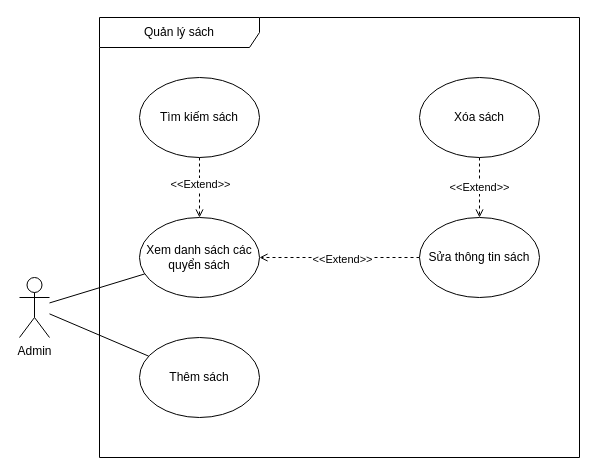
The draw.io diagram page "QuanLySach" (6 of 8) of usecase.drawio in QuangHuy2201/FinalProject-Diagrams, before the edit. Source tidied: cells renumbered, new cells numbered last; positions are measured from the earlier drawing's top-left corner, leaving out a move shared by most shapes. Both pictures are drawn from the tidied source at 100%, with x=0, y=0 at pixel (19, 17).
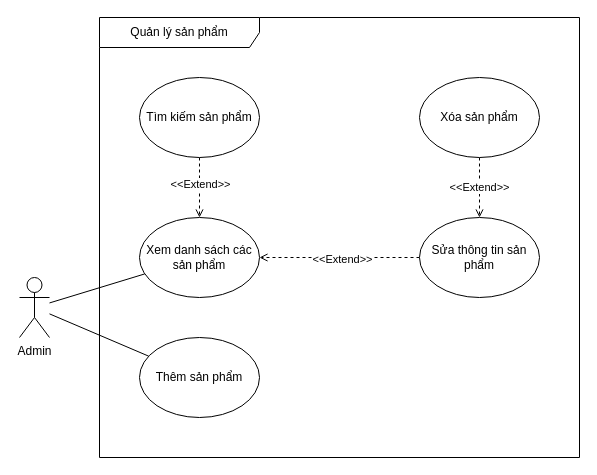
After the change.

The edit, as a diff of the source:
```diff
@@
 <mxGraphModel>
   <root>
     <mxCell id="0" />
     <mxCell id="1" parent="0" />
     <mxCell id="2" style="rounded=0;jettySize=auto;html=1;endArrow=none;endFill=0;" parent="1" edge="1" source="3" target="14">
       <mxGeometry relative="1" as="geometry" />
     </mxCell>
-    <mxCell id="3" value="Xem danh sách các quyển sách" style="ellipse;whiteSpace=wrap;html=1;" parent="1" vertex="1">
+    <mxCell id="3" value="Xem danh sách các sản phẩm" style="ellipse;whiteSpace=wrap;html=1;" parent="1" vertex="1">
       <mxGeometry x="120" y="200" width="120" height="80" as="geometry" />
     </mxCell>
     <mxCell id="4" style="rounded=0;jettySize=auto;html=1;dashed=1;endArrow=open;endFill=0;" parent="1" edge="1" source="6" target="3">
       <mxGeometry relative="1" as="geometry" />
     </mxCell>
     <mxCell id="5" value="&amp;lt;&amp;lt;Extend&amp;gt;&amp;gt;" style="edgeLabel;html=1;align=center;verticalAlign=middle;" parent="4" vertex="1">
       <mxGeometry x="-0.13" relative="1" as="geometry" />
     </mxCell>
-    <mxCell id="6" value="Tìm kiếm sách" style="ellipse;whiteSpace=wrap;html=1;" parent="1" vertex="1">
+    <mxCell id="6" value="Tìm kiếm sản phẩm" style="ellipse;whiteSpace=wrap;html=1;" parent="1" vertex="1">
       <mxGeometry x="120" y="60" width="120" height="80" as="geometry" />
     </mxCell>
     <mxCell id="7" style="rounded=0;jettySize=auto;html=1;endArrow=none;endFill=0;" parent="1" edge="1" source="8" target="14">
       <mxGeometry relative="1" as="geometry" />
     </mxCell>
-    <mxCell id="8" value="Thêm sách" style="ellipse;whiteSpace=wrap;html=1;" parent="1" vertex="1">
+    <mxCell id="8" value="Thêm sản phẩm" style="ellipse;whiteSpace=wrap;html=1;" parent="1" vertex="1">
       <mxGeometry x="120" y="320" width="120" height="80" as="geometry" />
     </mxCell>
     <mxCell id="9" style="rounded=0;jettySize=auto;html=1;dashed=1;endArrow=open;endFill=0;" parent="1" edge="1" source="11" target="3">
       <mxGeometry relative="1" as="geometry" />
     </mxCell>
     <mxCell id="10" value="&amp;lt;&amp;lt;Extend&amp;gt;&amp;gt;" style="edgeLabel;html=1;align=center;verticalAlign=middle;" parent="9" vertex="1">
       <mxGeometry x="-0.03" y="1" relative="1" as="geometry" />
     </mxCell>
-    <mxCell id="11" value="Sửa thông tin sách" style="ellipse;whiteSpace=wrap;html=1;" parent="1" vertex="1">
+    <mxCell id="11" value="Sửa thông tin sản phẩm" style="ellipse;whiteSpace=wrap;html=1;" parent="1" vertex="1">
       <mxGeometry x="400" y="200" width="120" height="80" as="geometry" />
     </mxCell>
     <mxCell id="12" value="&amp;lt;&amp;lt;Extend&amp;gt;&amp;gt;" style="rounded=0;jettySize=auto;html=1;dashed=1;endArrow=open;endFill=0;" parent="1" edge="1" source="13" target="11">
       <mxGeometry relative="1" as="geometry" />
     </mxCell>
-    <mxCell id="13" value="Xóa sách" style="ellipse;whiteSpace=wrap;html=1;" parent="1" vertex="1">
+    <mxCell id="13" value="Xóa sản phẩm" style="ellipse;whiteSpace=wrap;html=1;" parent="1" vertex="1">
       <mxGeometry x="400" y="60" width="120" height="80" as="geometry" />
     </mxCell>
     <mxCell id="14" value="Admin" style="shape=umlActor;verticalLabelPosition=bottom;verticalAlign=top;html=1;outlineConnect=0;" parent="1" vertex="1">
       <mxGeometry y="260" width="30" height="60" as="geometry" />
     </mxCell>
-    <mxCell id="15" value="Quản lý sách" style="shape=umlFrame;whiteSpace=wrap;html=1;width=160;" parent="1" vertex="1">
+    <mxCell id="15" value="Quản lý sản phẩm" style="shape=umlFrame;whiteSpace=wrap;html=1;width=160;" parent="1" vertex="1">
       <mxGeometry x="80" width="480" height="440" as="geometry" />
     </mxCell>
   </root>
 </mxGraphModel>
```
